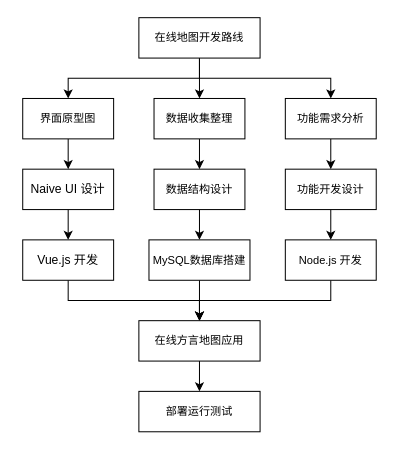
Earlier version of the draw.io diagram 毕业论文1.drawio (lexinhu/diagrams). Source tidied: cells renumbered, new cells numbered last; positions are measured from the earlier drawing's top-left corner, leaving out a move shared by most shapes. Both pictures are drawn from the tidied source at 101%, with x=0, y=0 at pixel (22, 17).
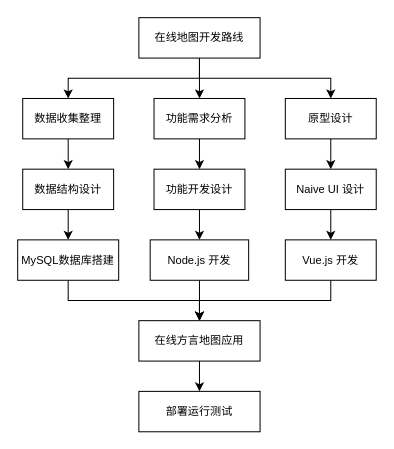
The same page after the edit.

Commit message:
更新毕业论文1.drawio

What changed in the source:
```diff
@@
-    <mxCell id="3" value="&lt;font style=&quot;font-size: 11px;&quot;&gt;界面原型图&lt;/font&gt;" style="rounded=0;whiteSpace=wrap;html=1;" parent="1" vertex="1">
+    <mxCell id="3" value="&lt;font style=&quot;font-size: 11px;&quot;&gt;数据收集整理&lt;/font&gt;" style="rounded=0;whiteSpace=wrap;html=1;" parent="1" vertex="1">
       <mxGeometry y="80" width="90" height="40" as="geometry" />
     </mxCell>
@@
-    <mxCell id="5" value="&lt;font style=&quot;font-size: 11px;&quot;&gt;数据收集整理&lt;/font&gt;" style="rounded=0;whiteSpace=wrap;html=1;" parent="1" vertex="1">
+    <mxCell id="5" value="&lt;font style=&quot;font-size: 11px;&quot;&gt;功能需求分析&lt;/font&gt;" style="rounded=0;whiteSpace=wrap;html=1;" parent="1" vertex="1">
       <mxGeometry x="130" y="80" width="90" height="40" as="geometry" />
     </mxCell>
@@
-    <mxCell id="7" value="Naive UI 设计" style="rounded=0;whiteSpace=wrap;html=1;" parent="1" vertex="1">
+    <mxCell id="7" value="&lt;font style=&quot;font-size: 11px;&quot;&gt;数据结构设计&lt;/font&gt;" style="rounded=0;whiteSpace=wrap;html=1;" parent="1" vertex="1">
       <mxGeometry y="150" width="90" height="40" as="geometry" />
     </mxCell>
@@
-    <mxCell id="9" value="Vue.js 开发" style="rounded=0;whiteSpace=wrap;html=1;" parent="1" vertex="1">
-      <mxGeometry y="220" width="90" height="40" as="geometry" />
+    <mxCell id="9" value="&lt;font style=&quot;font-size: 11px;&quot;&gt;MySQL数据库搭建&lt;/font&gt;" style="rounded=0;whiteSpace=wrap;html=1;" parent="1" vertex="1">
+      <mxGeometry x="-5" y="220" width="100" height="40" as="geometry" />
     </mxCell>
@@
-    <mxCell id="11" value="&lt;font style=&quot;font-size: 11px;&quot;&gt;数据结构设计&lt;/font&gt;" style="rounded=0;whiteSpace=wrap;html=1;" parent="1" vertex="1">
+    <mxCell id="11" value="&lt;font style=&quot;font-size: 11px;&quot;&gt;功能开发设计&lt;/font&gt;" style="rounded=0;whiteSpace=wrap;html=1;" parent="1" vertex="1">
       <mxGeometry x="130" y="150" width="90" height="40" as="geometry" />
     </mxCell>
@@
-    <mxCell id="13" value="&lt;font style=&quot;font-size: 11px;&quot;&gt;MySQL数据库搭建&lt;/font&gt;" style="rounded=0;whiteSpace=wrap;html=1;" parent="1" vertex="1">
-      <mxGeometry x="125" y="220" width="100" height="40" as="geometry" />
+    <mxCell id="13" value="&lt;font style=&quot;font-size: 11px;&quot;&gt;Node.js 开发&lt;/font&gt;" style="rounded=0;whiteSpace=wrap;html=1;" parent="1" vertex="1">
+      <mxGeometry x="126.2" y="220" width="97.5" height="40" as="geometry" />
     </mxCell>
@@
-    <mxCell id="15" value="&lt;font style=&quot;font-size: 11px;&quot;&gt;功能需求分析&lt;/font&gt;" style="rounded=0;whiteSpace=wrap;html=1;" parent="1" vertex="1">
+    <mxCell id="15" value="&lt;font style=&quot;font-size: 11px;&quot;&gt;原型设计&lt;/font&gt;" style="rounded=0;whiteSpace=wrap;html=1;" parent="1" vertex="1">
       <mxGeometry x="260" y="80" width="90" height="40" as="geometry" />
     </mxCell>
@@
-    <mxCell id="17" value="&lt;font style=&quot;font-size: 11px;&quot;&gt;Node.js 开发&lt;/font&gt;" style="rounded=0;whiteSpace=wrap;html=1;" parent="1" vertex="1">
+    <mxCell id="17" value="&lt;font style=&quot;font-size: 11px;&quot;&gt;Vue.js 开发&lt;/font&gt;" style="rounded=0;whiteSpace=wrap;html=1;" parent="1" vertex="1">
       <mxGeometry x="260" y="220" width="90" height="40" as="geometry" />
     </mxCell>
@@
-    <mxCell id="19" value="&lt;font style=&quot;font-size: 11px;&quot;&gt;功能开发设计&lt;/font&gt;" style="rounded=0;whiteSpace=wrap;html=1;" parent="1" vertex="1">
+    <mxCell id="19" value="&lt;font style=&quot;font-size: 11px;&quot;&gt;Naive UI 设计&lt;/font&gt;" style="rounded=0;whiteSpace=wrap;html=1;" parent="1" vertex="1">
       <mxGeometry x="260" y="150" width="90" height="40" as="geometry" />
     </mxCell>
```
